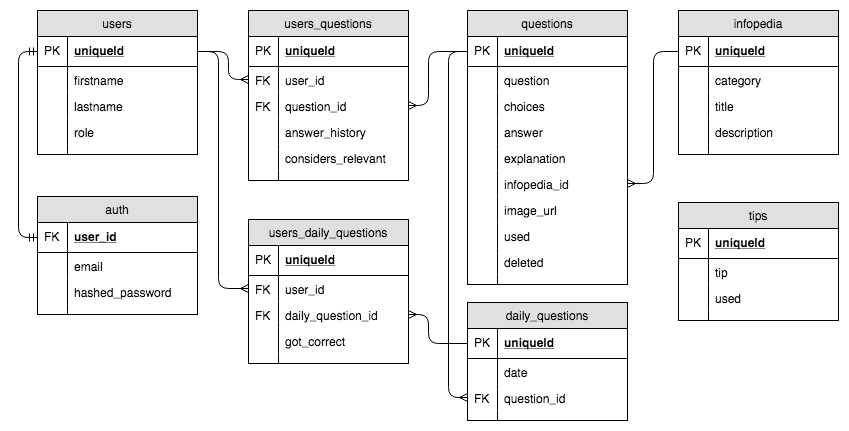
The draw.io diagram db/quoi-erd.png in KevinUSCU/quoi-server, before a commit. Source tidied: cells renumbered, new cells last; positions are measured from the earlier drawing's top-left corner, leaving out a move shared by most shapes.
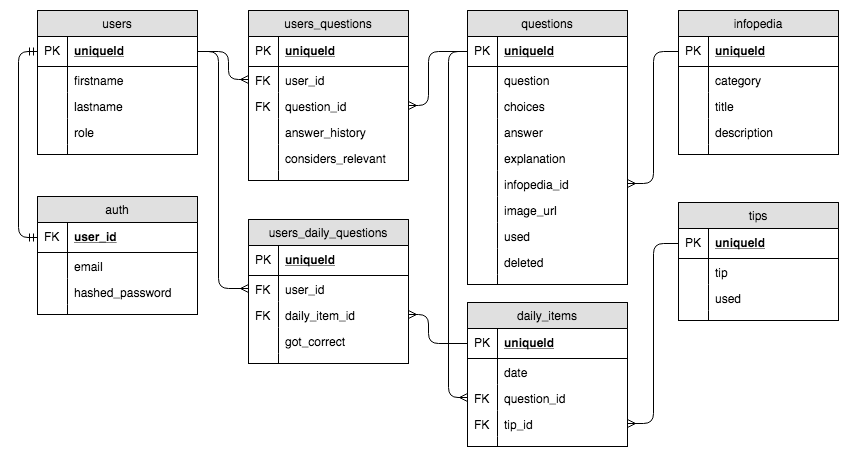
Above is the later version.

What changed in the source:
```diff
@@ -158,8 +158,8 @@
     <mxCell id="53" style="shape=partialRectangle;top=0;left=0;bottom=0;fillColor=none;align=left;verticalAlign=top;spacingLeft=4;spacingRight=4;overflow=hidden;" parent="52" vertex="1">
       <mxGeometry width="30" height="10" as="geometry" />
     </mxCell>
-    <mxCell id="54" value="daily_questions" style="swimlane;fontStyle=0;horizontal=1;startSize=26;fillColor=#e0e0e0;swimlaneFillColor=#ffffff;align=center;" parent="1" vertex="1">
-      <mxGeometry x="449" y="292" width="160" height="118" as="geometry" />
+    <mxCell id="54" value="daily_items" style="swimlane;fontStyle=0;horizontal=1;startSize=26;fillColor=#e0e0e0;swimlaneFillColor=#ffffff;align=center;" parent="1" vertex="1">
+      <mxGeometry x="449" y="292" width="160" height="144" as="geometry" />
     </mxCell>
     <mxCell id="55" value="uniqueId" style="shape=partialRectangle;top=0;left=0;right=0;bottom=1;align=left;verticalAlign=middle;fillColor=none;spacingLeft=34;spacingRight=4;overflow=hidden;points=[[0,0.5],[1,0.5]];portConstraint=eastwest;fontStyle=5;" parent="54" vertex="1">
       <mxGeometry y="26" width="160" height="30" as="geometry" />
@@ -179,8 +179,14 @@
     <mxCell id="60" value="FK" style="shape=partialRectangle;top=0;left=0;bottom=0;fillColor=none;align=left;verticalAlign=top;spacingLeft=4;spacingRight=4;overflow=hidden;" parent="59" vertex="1">
       <mxGeometry width="30" height="26" as="geometry" />
     </mxCell>
+    <mxCell id="103" value="tip_id" style="shape=partialRectangle;top=0;left=0;right=0;bottom=0;align=left;verticalAlign=top;fillColor=none;spacingLeft=34;spacingRight=4;overflow=hidden;points=[[0,0.5],[1,0.5]];portConstraint=eastwest;" parent="54" vertex="1">
+      <mxGeometry y="108" width="160" height="26" as="geometry" />
+    </mxCell>
+    <mxCell id="104" value="FK" style="shape=partialRectangle;top=0;left=0;bottom=0;fillColor=none;align=left;verticalAlign=top;spacingLeft=4;spacingRight=4;overflow=hidden;" parent="103" vertex="1">
+      <mxGeometry width="30" height="26" as="geometry" />
+    </mxCell>
     <mxCell id="61" style="shape=partialRectangle;top=0;left=0;right=0;bottom=0;align=left;verticalAlign=top;fillColor=none;spacingLeft=34;spacingRight=4;overflow=hidden;" parent="54" vertex="1">
-      <mxGeometry y="108" width="160" height="10" as="geometry" />
+      <mxGeometry y="134" width="160" height="10" as="geometry" />
     </mxCell>
     <mxCell id="62" style="shape=partialRectangle;top=0;left=0;bottom=0;fillColor=none;align=left;verticalAlign=top;spacingLeft=4;spacingRight=4;overflow=hidden;" parent="61" vertex="1">
       <mxGeometry width="30" height="10" as="geometry" />
@@ -266,7 +272,7 @@
     <mxCell id="84" value="FK" style="shape=partialRectangle;top=0;left=0;bottom=0;fillColor=none;align=left;verticalAlign=top;spacingLeft=4;spacingRight=4;overflow=hidden;" parent="83" vertex="1">
       <mxGeometry width="30" height="26" as="geometry" />
     </mxCell>
-    <mxCell id="85" value="daily_question_id" style="shape=partialRectangle;top=0;left=0;right=0;bottom=0;align=left;verticalAlign=top;fillColor=none;spacingLeft=34;spacingRight=4;overflow=hidden;points=[[0,0.5],[1,0.5]];portConstraint=eastwest;" parent="80" vertex="1">
+    <mxCell id="85" value="daily_item_id" style="shape=partialRectangle;top=0;left=0;right=0;bottom=0;align=left;verticalAlign=top;fillColor=none;spacingLeft=34;spacingRight=4;overflow=hidden;points=[[0,0.5],[1,0.5]];portConstraint=eastwest;" parent="80" vertex="1">
       <mxGeometry y="82" width="160" height="26" as="geometry" />
     </mxCell>
     <mxCell id="86" value="FK" style="shape=partialRectangle;top=0;left=0;bottom=0;fillColor=none;align=left;verticalAlign=top;spacingLeft=4;spacingRight=4;overflow=hidden;" parent="85" vertex="1">
@@ -335,5 +341,8 @@
         </Array>
       </mxGeometry>
     </mxCell>
+    <mxCell id="105" style="edgeStyle=orthogonalEdgeStyle;fontSize=12;html=1;endArrow=ERmany;entryX=1;entryY=0.5;exitX=0;exitY=0.5;" parent="1" edge="1" source="35" target="103">
+      <mxGeometry relative="1" as="geometry" />
+    </mxCell>
   </root>
 </mxGraphModel>
```
